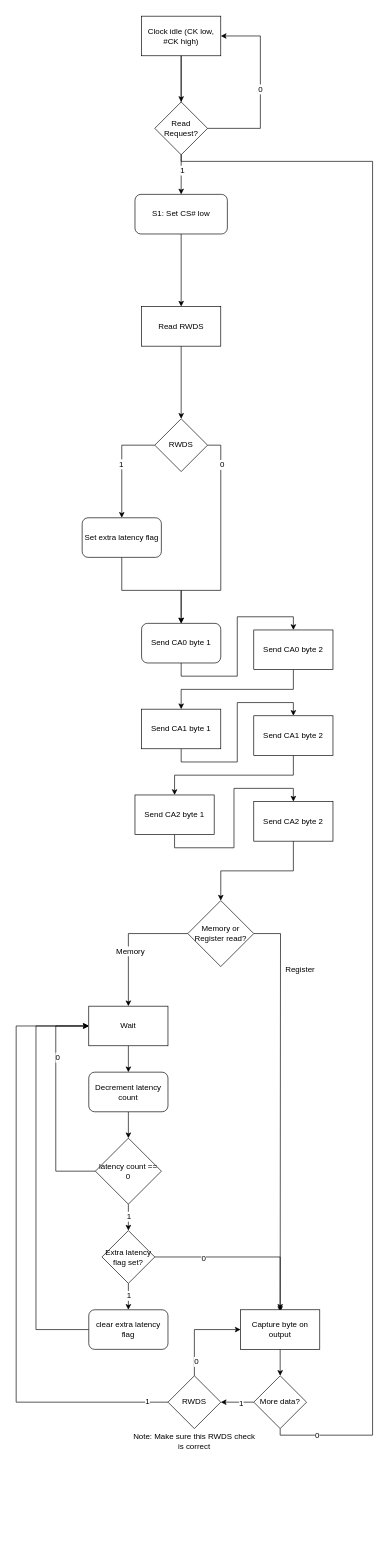
This is drawings/hyperram_reads.drawio from granthaack/gcap, a draw.io file, before an edit. Source tidied: cells renumbered, new cells numbered last; positions are measured from the earlier drawing's top-left corner, leaving out a move shared by most shapes. Both pictures are drawn from the tidied source at 66%, with x=0, y=0 at pixel (16, 16).
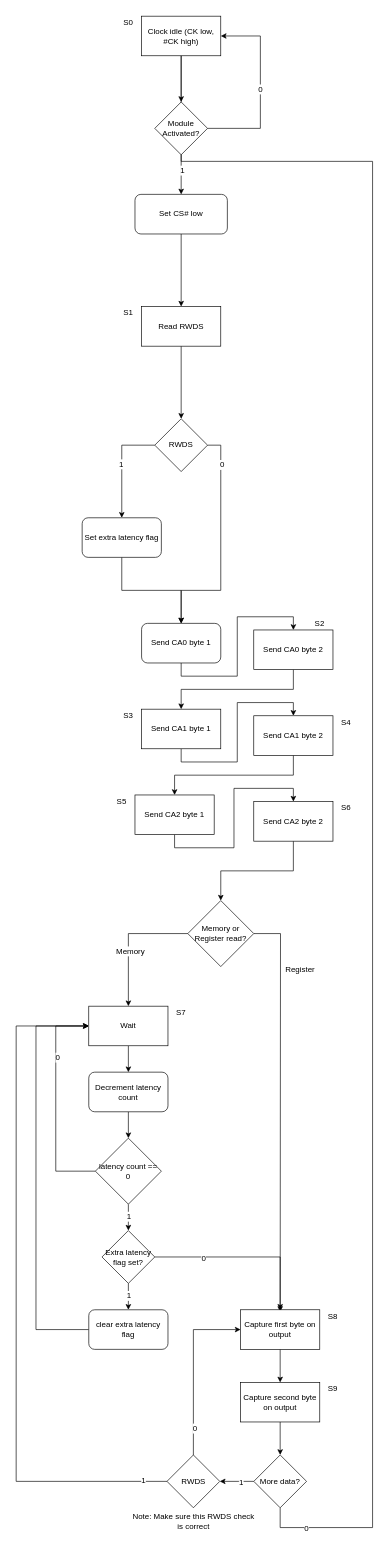
The same page after the edit.

The change refers to these unchanged cells:
```xml
<mxCell id="29" value="Wait" style="rounded=0;whiteSpace=wrap;html=1;" parent="1" vertex="1">
  <mxGeometry x="110" y="1500" width="120" height="60" as="geometry" />
</mxCell>
<mxCell id="52" value="&lt;div&gt;Clock idle (CK low, #CK high)&lt;/div&gt;" style="rounded=0;whiteSpace=wrap;html=1;" parent="1" vertex="1">
  <mxGeometry x="190" width="120" height="60" as="geometry" />
</mxCell>
```

The edit, as a diff of the source:
```diff
@@
-    <mxCell id="3" value="S1: Set CS# low" style="rounded=1;whiteSpace=wrap;html=1;" parent="1" vertex="1">
+    <mxCell id="3" value="Set CS# low" style="rounded=1;whiteSpace=wrap;html=1;" parent="1" vertex="1">
       <mxGeometry x="180" y="270" width="140" height="60" as="geometry" />
     </mxCell>
@@
-    <mxCell id="44" style="edgeStyle=orthogonalEdgeStyle;rounded=0;jettySize=auto;html=1;exitX=0.5;exitY=1;exitDx=0;exitDy=0;entryX=0.5;entryY=0;entryDx=0;entryDy=0;" parent="1" edge="1" source="45" target="50">
-      <mxGeometry relative="1" as="geometry" />
-    </mxCell>
+    <mxCell id="66" style="edgeStyle=orthogonalEdgeStyle;rounded=0;jettySize=auto;html=1;exitX=0.5;exitY=1;exitDx=0;exitDy=0;entryX=0.5;entryY=0;entryDx=0;entryDy=0;" parent="1" edge="1" source="45" target="77">
+      <mxGeometry relative="1" as="geometry" />
+    </mxCell>
-    <mxCell id="45" value="Capture byte on output" style="rounded=0;whiteSpace=wrap;html=1;" parent="1" vertex="1">
+    <mxCell id="45" value="Capture first byte on output" style="rounded=0;whiteSpace=wrap;html=1;" parent="1" vertex="1">
       <mxGeometry x="340" y="1960" width="120" height="60" as="geometry" />
     </mxCell>
     <mxCell id="46" style="edgeStyle=orthogonalEdgeStyle;rounded=0;jettySize=auto;html=1;exitX=0.5;exitY=1;exitDx=0;exitDy=0;entryX=0.5;entryY=0;entryDx=0;entryDy=0;" parent="1" edge="1" source="50" target="52">
       <mxGeometry relative="1" as="geometry">
         <Array as="points">
-          <mxPoint x="400" y="2150" />
-          <mxPoint x="540" y="2150" />
+          <mxPoint x="400" y="2260" />
+          <mxPoint x="400" y="2290" />
+          <mxPoint x="540" y="2290" />
           <mxPoint x="540" y="220" />
           <mxPoint x="250" y="220" />
         </Array>
       </mxGeometry>
     </mxCell>
@@
     <mxCell id="50" value="More data?" style="rhombus;whiteSpace=wrap;html=1;" parent="1" vertex="1">
-      <mxGeometry x="360" y="2060" width="80" height="80" as="geometry" />
+      <mxGeometry x="360" y="2180" width="80" height="80" as="geometry" />
     </mxCell>
@@
-    <mxCell id="57" value="Read Request?" style="rhombus;whiteSpace=wrap;html=1;rounded=0;" parent="1" vertex="1">
+    <mxCell id="57" value="Module Activated?" style="rhombus;whiteSpace=wrap;html=1;rounded=0;" parent="1" vertex="1">
       <mxGeometry x="210" y="130" width="80" height="80" as="geometry" />
     </mxCell>
@@
     <mxCell id="60" value="Note: Make sure this RWDS check is correct" style="text;html=1;strokeColor=none;fillColor=none;align=center;verticalAlign=middle;whiteSpace=wrap;rounded=0;" parent="1" vertex="1">
-      <mxGeometry x="175" y="2130" width="190" height="60" as="geometry" />
+      <mxGeometry x="173.5" y="2250" width="190" height="60" as="geometry" />
     </mxCell>
     <mxCell id="61" style="edgeStyle=orthogonalEdgeStyle;rounded=0;jettySize=auto;html=1;exitX=0;exitY=0.5;exitDx=0;exitDy=0;entryX=0;entryY=0.5;entryDx=0;entryDy=0;" parent="1" edge="1" source="65" target="29">
       <mxGeometry relative="1" as="geometry">
         <Array as="points">
-          <mxPoint y="2100" />
+          <mxPoint y="2220" />
           <mxPoint y="1530" />
         </Array>
       </mxGeometry>
     </mxCell>
@@
     <mxCell id="65" value="RWDS" style="rhombus;whiteSpace=wrap;html=1;" parent="1" vertex="1">
-      <mxGeometry x="230" y="2060" width="80" height="80" as="geometry" />
+      <mxGeometry x="228.5" y="2180" width="80" height="80" as="geometry" />
     </mxCell>
+    <mxCell id="67" value="S0" style="text;html=1;strokeColor=none;fillColor=none;align=center;verticalAlign=middle;whiteSpace=wrap;rounded=0;" parent="1" vertex="1">
+      <mxGeometry x="150" width="40" height="20" as="geometry" />
+    </mxCell>
+    <mxCell id="68" value="S1" style="text;html=1;strokeColor=none;fillColor=none;align=center;verticalAlign=middle;whiteSpace=wrap;rounded=0;" parent="1" vertex="1">
+      <mxGeometry x="150" y="440" width="40" height="20" as="geometry" />
+    </mxCell>
+    <mxCell id="69" value="S2" style="text;html=1;strokeColor=none;fillColor=none;align=center;verticalAlign=middle;whiteSpace=wrap;rounded=0;" parent="1" vertex="1">
+      <mxGeometry x="440" y="910" width="40" height="20" as="geometry" />
+    </mxCell>
+    <mxCell id="70" value="S3" style="text;html=1;strokeColor=none;fillColor=none;align=center;verticalAlign=middle;whiteSpace=wrap;rounded=0;" parent="1" vertex="1">
+      <mxGeometry x="150" y="1050" width="40" height="20" as="geometry" />
+    </mxCell>
+    <mxCell id="71" value="S4" style="text;html=1;strokeColor=none;fillColor=none;align=center;verticalAlign=middle;whiteSpace=wrap;rounded=0;" parent="1" vertex="1">
+      <mxGeometry x="480" y="1060" width="40" height="20" as="geometry" />
+    </mxCell>
+    <mxCell id="72" value="S5" style="text;html=1;strokeColor=none;fillColor=none;align=center;verticalAlign=middle;whiteSpace=wrap;rounded=0;" parent="1" vertex="1">
+      <mxGeometry x="140" y="1180" width="40" height="20" as="geometry" />
+    </mxCell>
+    <mxCell id="73" value="&lt;div&gt;S6&lt;/div&gt;" style="text;html=1;strokeColor=none;fillColor=none;align=center;verticalAlign=middle;whiteSpace=wrap;rounded=0;" parent="1" vertex="1">
+      <mxGeometry x="480" y="1190" width="40" height="20" as="geometry" />
+    </mxCell>
+    <mxCell id="74" value="&lt;div&gt;S7&lt;/div&gt;" style="text;html=1;strokeColor=none;fillColor=none;align=center;verticalAlign=middle;whiteSpace=wrap;rounded=0;" parent="1" vertex="1">
+      <mxGeometry x="230" y="1500" width="40" height="20" as="geometry" />
+    </mxCell>
+    <mxCell id="75" value="&lt;div&gt;S8&lt;/div&gt;" style="text;html=1;strokeColor=none;fillColor=none;align=center;verticalAlign=middle;whiteSpace=wrap;rounded=0;" parent="1" vertex="1">
+      <mxGeometry x="460" y="1960" width="40" height="20" as="geometry" />
+    </mxCell>
+    <mxCell id="76" style="edgeStyle=orthogonalEdgeStyle;rounded=0;jettySize=auto;html=1;exitX=0.5;exitY=1;exitDx=0;exitDy=0;entryX=0.5;entryY=0;entryDx=0;entryDy=0;" parent="1" edge="1" source="77" target="50">
+      <mxGeometry relative="1" as="geometry" />
+    </mxCell>
+    <mxCell id="77" value="Capture second byte on output" style="rounded=0;whiteSpace=wrap;html=1;" parent="1" vertex="1">
+      <mxGeometry x="340" y="2070" width="120" height="60" as="geometry" />
+    </mxCell>
+    <mxCell id="78" value="&lt;div&gt;S9&lt;/div&gt;" style="text;html=1;strokeColor=none;fillColor=none;align=center;verticalAlign=middle;whiteSpace=wrap;rounded=0;" parent="1" vertex="1">
+      <mxGeometry x="460" y="2070" width="40" height="20" as="geometry" />
+    </mxCell>
```
